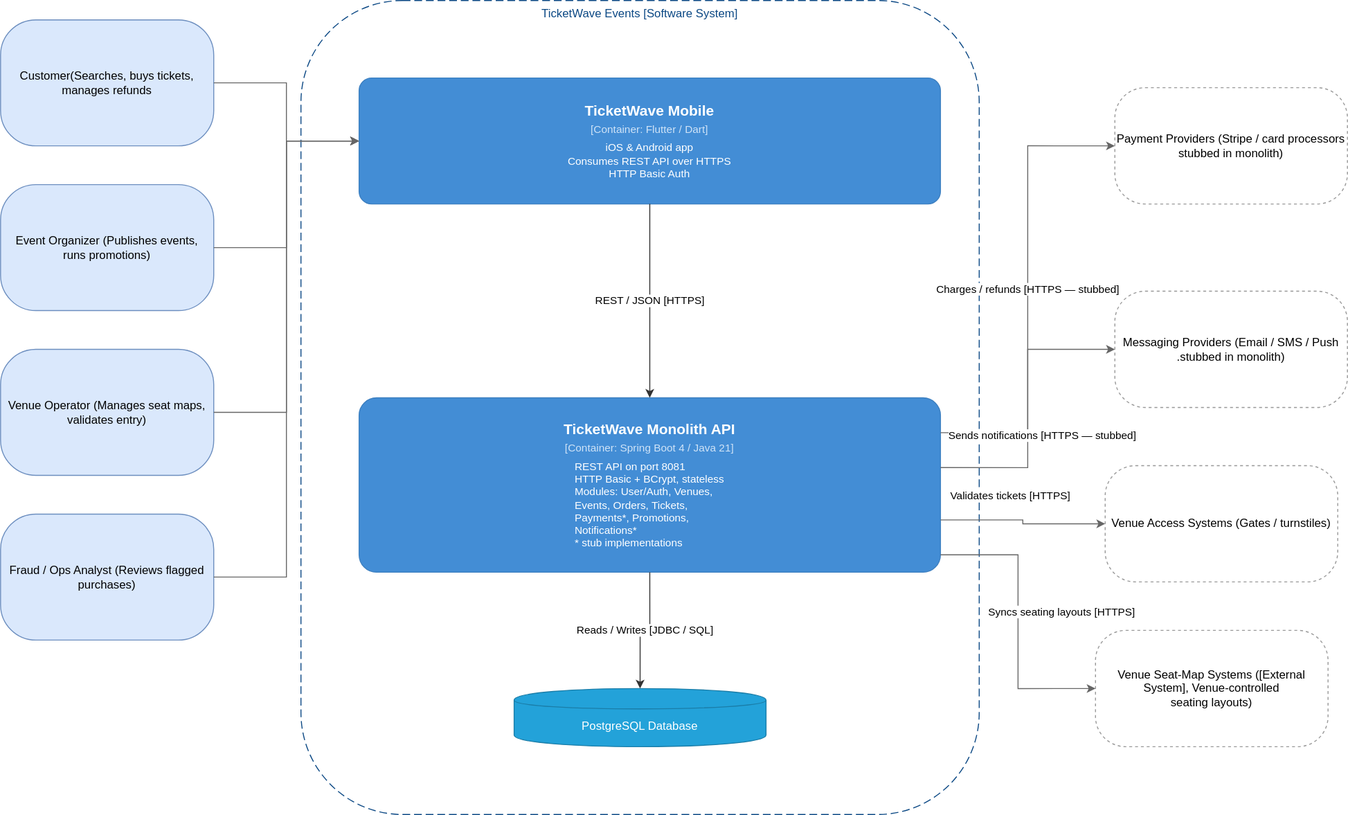
Above: diagrams/c4model/ticketwave-c2-container.drawio.svg in Juanchoque1206/soe-TicketWave (draw.io), before the change. Source tidied: cells renumbered, new cells last; positions are measured from the earlier drawing's top-left corner, leaving out a move shared by most shapes.
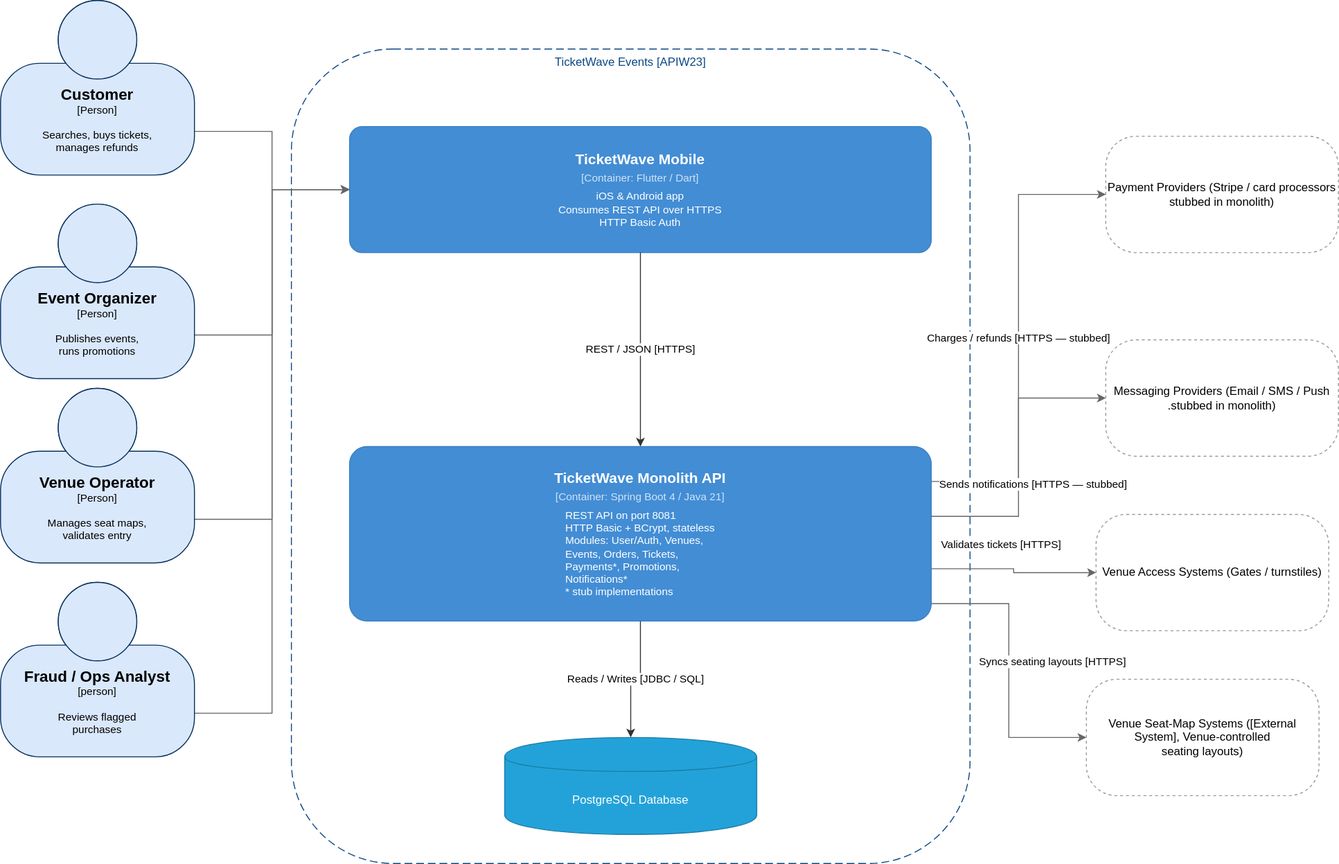
Later version of the same file.

What changed in the source:
```diff
@@ -2,19 +2,7 @@
   <root>
     <mxCell id="0" />
     <mxCell id="1" parent="0" />
-    <mxCell id="2" value="Customer(Searches, buys tickets,&lt;br&gt;manages refunds" style="rounded=1;whiteSpace=wrap;html=1;fillColor=#dae8fc;strokeColor=#6c8ebf;arcSize=28;" parent="1" vertex="1">
-      <mxGeometry y="20" width="220" height="130" as="geometry" />
-    </mxCell>
-    <mxCell id="3" value="Event Organizer (Publishes events,&lt;br&gt;runs promotions)" style="rounded=1;whiteSpace=wrap;html=1;fillColor=#dae8fc;strokeColor=#6c8ebf;arcSize=28;" parent="1" vertex="1">
-      <mxGeometry y="190" width="220" height="130" as="geometry" />
-    </mxCell>
-    <mxCell id="4" value="Venue Operator (Manages seat maps,&lt;br&gt;validates entry)" style="rounded=1;whiteSpace=wrap;html=1;fillColor=#dae8fc;strokeColor=#6c8ebf;arcSize=28;" parent="1" vertex="1">
-      <mxGeometry y="360" width="220" height="130" as="geometry" />
-    </mxCell>
-    <mxCell id="5" value="Fraud / Ops Analyst (Reviews flagged&lt;br&gt;purchases)" style="rounded=1;whiteSpace=wrap;html=1;fillColor=#dae8fc;strokeColor=#6c8ebf;arcSize=28;" parent="1" vertex="1">
-      <mxGeometry y="530" width="220" height="130" as="geometry" />
-    </mxCell>
-    <mxCell id="6" value="TicketWave Events [Software System]" style="group;rounded=1;whiteSpace=wrap;html=1;dashed=1;strokeColor=#0b4884;fillColor=none;fontColor=#0b4884;dashPattern=8 4;" parent="1" vertex="1">
+    <mxCell id="6" value="TicketWave Events [APIW23]" style="group;rounded=1;whiteSpace=wrap;html=1;dashed=1;strokeColor=#0b4884;fillColor=none;fontColor=#0b4884;dashPattern=8 4;" parent="1" vertex="1">
       <mxGeometry x="310" width="700" height="840" as="geometry" />
     </mxCell>
     <mxCell id="7" value="&lt;div style=&quot;border-color: rgb(218, 220, 224); font-size: 15px; font-weight: bold; margin-bottom: 4px;&quot;&gt;TicketWave Mobile&lt;/div&gt;&lt;div style=&quot;border-color: rgb(218, 220, 224); font-size: 11px; color: rgb(207, 227, 247); margin-bottom: 6px;&quot;&gt;[Container: Flutter / Dart]&lt;/div&gt;&lt;div style=&quot;border-color: rgb(218, 220, 224); font-size: 11px;&quot;&gt;iOS &amp;amp; Android app&lt;/div&gt;&lt;div style=&quot;border-color: rgb(218, 220, 224); font-size: 11px;&quot;&gt;Consumes REST API over HTTPS&lt;/div&gt;&lt;div style=&quot;border-color: rgb(218, 220, 224); font-size: 11px;&quot;&gt;HTTP Basic Auth&lt;/div&gt;" style="rounded=1;whiteSpace=wrap;html=1;fillColor=#438dd5;strokeColor=#3c7fc0;fontColor=#ffffff;arcSize=10;" parent="1" vertex="1">
@@ -24,7 +12,7 @@
       <mxGeometry x="370" y="410" width="600" height="180" as="geometry" />
     </mxCell>
     <mxCell id="9" value="PostgreSQL Database" style="shape=cylinder;whiteSpace=wrap;html=1;boundedLbl=1;backgroundOutline=1;fillColor=#23a2d9;strokeColor=#1a7da8;fontColor=#ffffff;" parent="1" vertex="1">
-      <mxGeometry x="530" y="710" width="260" height="60" as="geometry" />
+      <mxGeometry x="530" y="710" width="260" height="100" as="geometry" />
     </mxCell>
     <mxCell id="10" value="Payment Providers (Stripe / card processors&lt;br&gt;stubbed in monolith)" style="rounded=1;whiteSpace=wrap;html=1;fillColor=#ffffff;strokeColor=#999999;dashed=1;arcSize=26;" parent="1" vertex="1">
       <mxGeometry x="1150" y="90" width="240" height="120" as="geometry" />
@@ -38,16 +26,16 @@
     <mxCell id="13" value="Venue Seat-Map Systems ([External System], Venue-controlled&lt;br&gt;seating layouts)" style="rounded=1;whiteSpace=wrap;html=1;fillColor=#ffffff;strokeColor=#999999;dashed=1;arcSize=26;" parent="1" vertex="1">
       <mxGeometry x="1130" y="650" width="240" height="120" as="geometry" />
     </mxCell>
-    <mxCell id="14" style="edgeStyle=orthogonalEdgeStyle;rounded=0;html=1;exitX=1;exitY=0.5;entryX=0;entryY=0.5;strokeColor=#666666;" parent="1" edge="1" source="2" target="7">
+    <mxCell id="14" style="edgeStyle=orthogonalEdgeStyle;rounded=0;html=1;exitX=1;exitY=0.75;entryX=0;entryY=0.5;strokeColor=#666666;exitDx=0;exitDy=0;exitPerimeter=0;" parent="1" edge="1" source="27" target="7">
       <mxGeometry relative="1" as="geometry" />
     </mxCell>
-    <mxCell id="15" style="edgeStyle=orthogonalEdgeStyle;rounded=0;html=1;exitX=1;exitY=0.5;entryX=0;entryY=0.5;strokeColor=#666666;" parent="1" edge="1" source="3" target="7">
+    <mxCell id="15" style="edgeStyle=orthogonalEdgeStyle;rounded=0;html=1;exitX=1;exitY=0.75;entryX=0;entryY=0.5;strokeColor=#666666;exitDx=0;exitDy=0;exitPerimeter=0;" parent="1" edge="1" source="26" target="7">
       <mxGeometry relative="1" as="geometry" />
     </mxCell>
-    <mxCell id="16" style="edgeStyle=orthogonalEdgeStyle;rounded=0;html=1;exitX=1;exitY=0.5;entryX=0;entryY=0.5;strokeColor=#666666;" parent="1" edge="1" source="4" target="7">
+    <mxCell id="16" style="edgeStyle=orthogonalEdgeStyle;rounded=0;html=1;exitX=1;exitY=0.75;entryX=0;entryY=0.5;strokeColor=#666666;exitDx=0;exitDy=0;exitPerimeter=0;" parent="1" edge="1" source="25" target="7">
       <mxGeometry relative="1" as="geometry" />
     </mxCell>
-    <mxCell id="17" style="edgeStyle=orthogonalEdgeStyle;rounded=0;html=1;exitX=1;exitY=0.5;entryX=0;entryY=0.5;strokeColor=#666666;" parent="1" edge="1" source="5" target="7">
+    <mxCell id="17" style="edgeStyle=orthogonalEdgeStyle;rounded=0;html=1;exitX=1;exitY=0.75;entryX=0;entryY=0.5;strokeColor=#666666;exitDx=0;exitDy=0;exitPerimeter=0;" parent="1" edge="1" source="24" target="7">
       <mxGeometry relative="1" as="geometry" />
     </mxCell>
     <mxCell id="18" value="REST / JSON [HTTPS]" style="edgeStyle=orthogonalEdgeStyle;rounded=0;html=1;exitX=0.5;exitY=1;entryX=0.5;entryY=0;strokeColor=#333333;" parent="1" edge="1" source="7" target="8">
@@ -72,5 +60,25 @@
         <mxPoint y="-1" as="offset" />
       </mxGeometry>
     </mxCell>
+    <object id="24" label="&lt;font style=&quot;font-size: 16px&quot;&gt;&lt;b&gt;%c4Name%&lt;/b&gt;&lt;/font&gt;&lt;div&gt;[%c4Type%]&lt;/div&gt;&lt;br&gt;&lt;div&gt;&lt;font style=&quot;font-size: 11px&quot;&gt;&lt;font&gt;%c4Description%&lt;/font&gt;&lt;/font&gt;&lt;/div&gt;" c4Description="Reviews flagged&#10;purchases" c4Name="Fraud / Ops Analyst" c4Type="person" placeholders="1">
+      <mxCell style="html=1;fontSize=11;dashed=0;whiteSpace=wrap;fillColor=#DAE8FC;strokeColor=#06315C;fontColor=#000000;shape=mxgraph.c4.person2;align=center;points=[[0.5,0,0],[1,0.5,0],[1,0.75,0],[0.75,1,0],[0.5,1,0],[0.25,1,0],[0,0.75,0],[0,0.5,0]];" parent="1" vertex="1">
+        <mxGeometry x="10" y="550" width="200" height="180" as="geometry" />
+      </mxCell>
+    </object>
+    <object id="25" label="&lt;font style=&quot;font-size: 16px&quot;&gt;&lt;b&gt;%c4Name%&lt;/b&gt;&lt;/font&gt;&lt;div&gt;[%c4Type%]&lt;/div&gt;&lt;br&gt;&lt;div&gt;&lt;font style=&quot;font-size: 11px&quot;&gt;&lt;font&gt;%c4Description%&lt;/font&gt;&lt;/font&gt;&lt;/div&gt;" c4Description="Manages seat maps,&#10;validates entry" c4Name="Venue Operator" c4Type="Person" placeholders="1">
+      <mxCell style="html=1;fontSize=11;dashed=0;whiteSpace=wrap;fillColor=#DAE8FC;strokeColor=#06315C;fontColor=#000000;shape=mxgraph.c4.person2;align=center;points=[[0.5,0,0],[1,0.5,0],[1,0.75,0],[0.75,1,0],[0.5,1,0],[0.25,1,0],[0,0.75,0],[0,0.5,0]];" parent="1" vertex="1">
+        <mxGeometry x="10" y="350" width="200" height="180" as="geometry" />
+      </mxCell>
+    </object>
+    <object id="26" label="&lt;font style=&quot;font-size: 16px&quot;&gt;&lt;b&gt;%c4Name%&lt;/b&gt;&lt;/font&gt;&lt;div&gt;[%c4Type%]&lt;/div&gt;&lt;br&gt;&lt;div&gt;&lt;font style=&quot;font-size: 11px&quot;&gt;&lt;font&gt;%c4Description%&lt;/font&gt;&lt;/font&gt;&lt;/div&gt;" c4Description="Publishes events,&#10;runs promotions" c4Name="Event Organizer" c4Type="Person" placeholders="1">
+      <mxCell style="html=1;fontSize=11;dashed=0;whiteSpace=wrap;fillColor=#DAE8FC;strokeColor=#06315C;fontColor=#000000;shape=mxgraph.c4.person2;align=center;points=[[0.5,0,0],[1,0.5,0],[1,0.75,0],[0.75,1,0],[0.5,1,0],[0.25,1,0],[0,0.75,0],[0,0.5,0]];" parent="1" vertex="1">
+        <mxGeometry x="10" y="160" width="200" height="180" as="geometry" />
+      </mxCell>
+    </object>
+    <object id="27" label="&lt;font style=&quot;font-size: 16px&quot;&gt;&lt;b&gt;%c4Name%&lt;/b&gt;&lt;/font&gt;&lt;div&gt;[%c4Type%]&lt;/div&gt;&lt;br&gt;&lt;div&gt;&lt;font style=&quot;font-size: 11px&quot;&gt;&lt;font&gt;%c4Description%&lt;/font&gt;&lt;/font&gt;&lt;/div&gt;" c4Description="Searches, buys tickets,&#10;manages refunds" c4Name="Customer" c4Type="Person" placeholders="1">
+      <mxCell style="html=1;fontSize=11;dashed=0;whiteSpace=wrap;fillColor=#DAE8FC;strokeColor=#06315C;fontColor=#000000;shape=mxgraph.c4.person2;align=center;points=[[0.5,0,0],[1,0.5,0],[1,0.75,0],[0.75,1,0],[0.5,1,0],[0.25,1,0],[0,0.75,0],[0,0.5,0]];" parent="1" vertex="1">
+        <mxGeometry x="10" y="-50" width="200" height="180" as="geometry" />
+      </mxCell>
+    </object>
   </root>
 </mxGraphModel>
```
